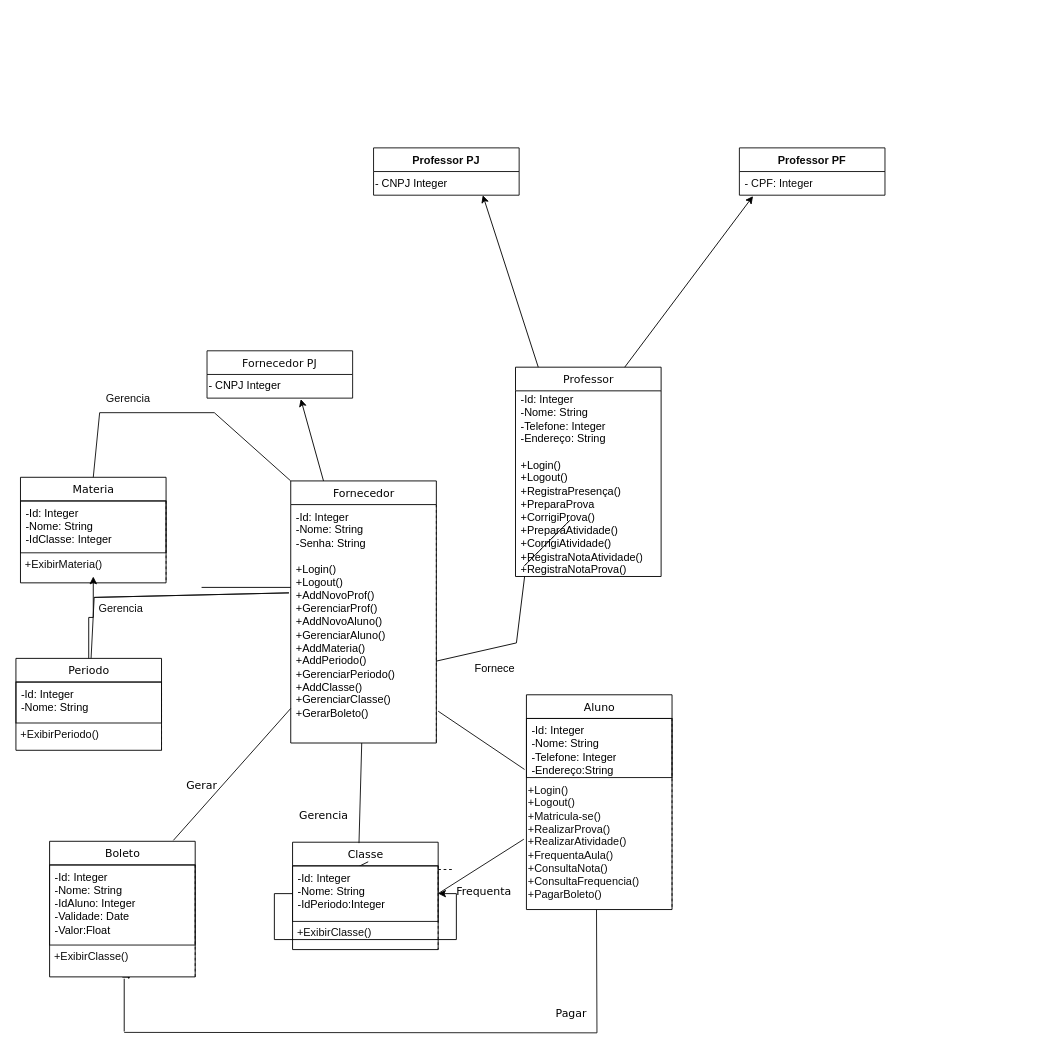
This is Diagrama sem nome.drawio from gaahsz1/sonic-com-mario, a draw.io file, before an edit. Source tidied: cells renumbered, new cells numbered last; positions are measured from the earlier drawing's top-left corner, leaving out a move shared by most shapes. Both pictures are drawn from the tidied source at 91%, with x=0, y=0 at pixel (15, 147).
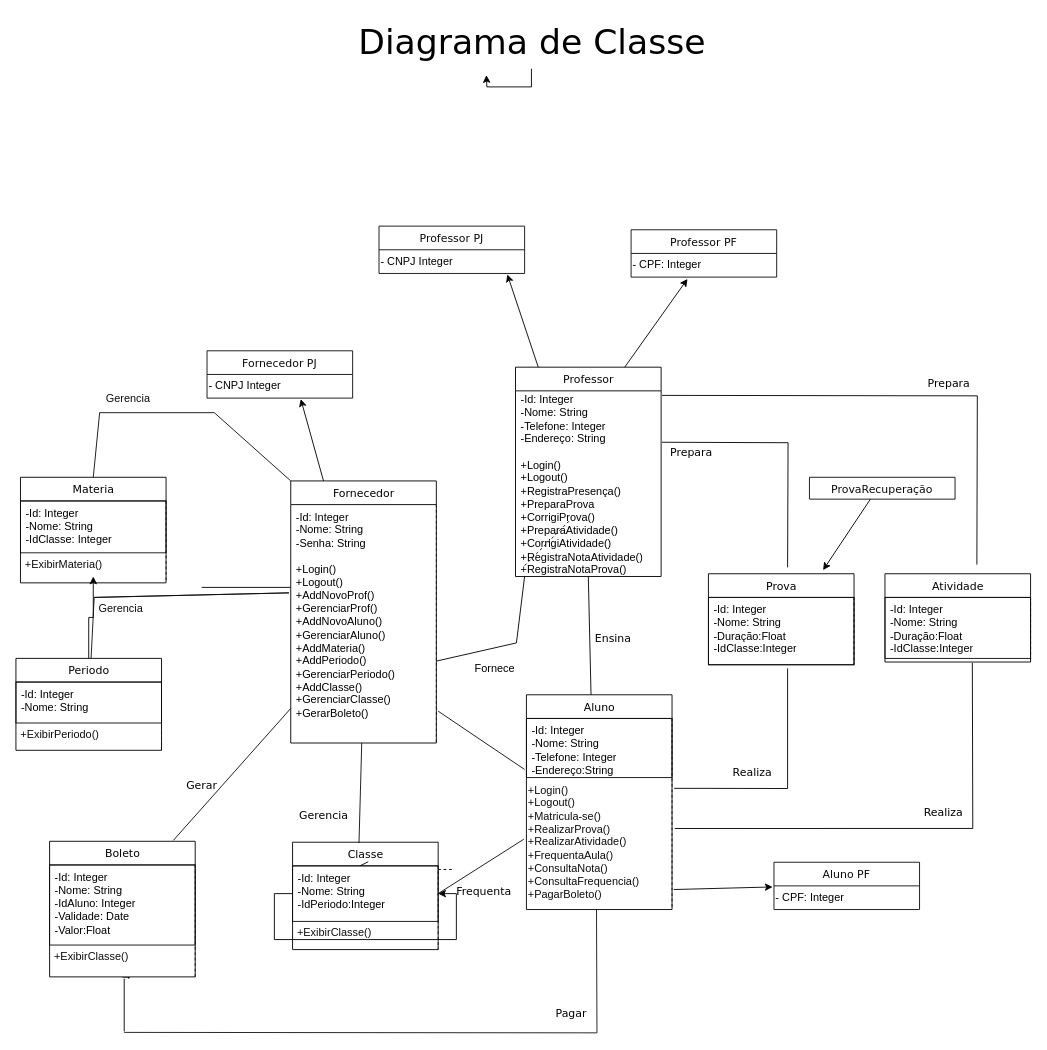
After the change.

Unchanged cells that the change refers to:
```xml
<mxCell id="2" value="Professor" style="swimlane;fontStyle=0;align=center;verticalAlign=top;horizontal=1;startSize=26;swimlaneFillColor=#ffffff;rounded=0;shadow=0;comic=0;labelBackgroundColor=none;strokeWidth=1;fillColor=none;fontFamily=Verdana;fontSize=12;strokeColor=#000000;fontColor=#080808;html=1;spacingTop=0;flipH=1;flipV=0;" parent="1" vertex="1">
  <mxGeometry x="549" y="241" width="160" height="230" as="geometry" />
</mxCell>
<mxCell id="49" value="&lt;font color=&quot;#0d0d0d&quot;&gt;+Login()&lt;br&gt;+Logout()&lt;br&gt;+Matricula-se()&lt;br&gt;+RealizarProva()&lt;br&gt;+RealizarAtividade()&lt;br&gt;+FrequentaAula()&lt;br&gt;+ConsultaNota()&lt;br&gt;+ConsultaFrequencia()&lt;br&gt;+PagarBoleto()&lt;br&gt;&lt;/font&gt;" style="text;html=1;align=left;verticalAlign=middle;points=[];strokeColor=none;fillColor=none;" parent="47" vertex="1">
  <mxGeometry y="91" width="160" height="142" as="geometry" />
</mxCell>
```

Diff of the diagram source:
```diff
@@
-    <mxCell id="10" style="endArrow=none;html=1;rounded=0;fontFamily=Helvetica;fontSize=12;fontColor=default;" parent="1" edge="1">
-      <mxGeometry relative="1" as="geometry">
-        <mxPoint x="559" y="459" as="sourcePoint" />
-        <mxPoint x="609" y="409" as="targetPoint" />
-      </mxGeometry>
-    </mxCell>
-    <mxCell id="11" style="group;" parent="1" vertex="1">
-      <mxGeometry x="795" width="160" height="52" as="geometry" />
-    </mxCell>
-    <mxCell id="12" value="&lt;font color=&quot;#0a0a0a&quot;&gt;- CPF: Integer&lt;/font&gt;" style="text;strokeColor=none;fillColor=none;align=left;verticalAlign=top;spacingLeft=4;spacingRight=4;overflow=hidden;whiteSpace=wrap;html=1;fontSize=12;fontFamily=Helvetica;fontColor=default;" parent="11" vertex="1">
-      <mxGeometry y="26" width="160" height="26" as="geometry" />
-    </mxCell>
-    <mxCell id="13" value="&lt;font color=&quot;#0a0a0a&quot;&gt;Professor PF&lt;/font&gt;" style="swimlane;fontStyle=1;align=center;verticalAlign=top;horizontal=1;startSize=26;whiteSpace=wrap;html=1;fontFamily=Helvetica;fontSize=12;fontColor=default;fillColor=none;gradientColor=none;strokeColor=#0D0D0D;swimlaneLine=1;" parent="1" vertex="1">
-      <mxGeometry x="795" width="160" height="52" as="geometry" />
-    </mxCell>
-    <mxCell id="14" value="&lt;font color=&quot;#0a0a0a&quot;&gt;Professor PJ&lt;/font&gt;" style="swimlane;fontStyle=1;align=center;verticalAlign=top;horizontal=1;startSize=26;whiteSpace=wrap;html=1;fontFamily=Helvetica;fontSize=12;fontColor=default;fillColor=none;gradientColor=none;strokeColor=#0D0D0D;swimlaneLine=1;" parent="1" vertex="1">
-      <mxGeometry x="393" width="160" height="52" as="geometry" />
+    <mxCell id="14" value="&lt;font face=&quot;Verdana&quot; style=&quot;font-weight: normal;&quot; color=&quot;#0a0a0a&quot;&gt;Professor PJ&lt;/font&gt;" style="swimlane;fontStyle=1;align=center;verticalAlign=top;horizontal=1;startSize=26;whiteSpace=wrap;html=1;fontFamily=Helvetica;fontSize=12;fontColor=default;fillColor=none;gradientColor=none;strokeColor=#0D0D0D;swimlaneLine=1;" parent="1" vertex="1">
+      <mxGeometry x="399" y="86" width="160" height="52" as="geometry" />
     </mxCell>
@@
-    <mxCell id="19" style="endArrow=classic;html=1;rounded=0;strokeColor=#000000;entryX=0.75;entryY=1;entryDx=0;entryDy=0;" parent="1" edge="1" target="14">
+    <mxCell id="19" style="endArrow=classic;html=1;rounded=0;strokeColor=#000000;" parent="1" edge="1">
       <mxGeometry relative="1" as="geometry">
         <mxPoint x="574" y="241" as="sourcePoint" />
+        <mxPoint x="540" y="139" as="targetPoint" />
       </mxGeometry>
     </mxCell>
     <mxCell id="20" style="endArrow=classic;html=1;rounded=0;strokeColor=#000000;exitX=0.75;exitY=0;exitDx=0;exitDy=0;" parent="1" edge="1" source="2">
       <mxGeometry relative="1" as="geometry">
-        <mxPoint x="810" y="53" as="targetPoint" />
+        <mxPoint x="738" y="144" as="targetPoint" />
       </mxGeometry>
     </mxCell>
@@
+    <mxCell id="56" value="&lt;font style=&quot;font-weight: normal;&quot; face=&quot;Verdana&quot; color=&quot;#0a0a0a&quot;&gt;Aluno PF&lt;/font&gt;" style="swimlane;fontStyle=1;align=center;verticalAlign=top;horizontal=1;startSize=26;whiteSpace=wrap;html=1;fontFamily=Helvetica;fontSize=12;fontColor=default;fillColor=none;gradientColor=none;strokeColor=#0D0D0D;swimlaneLine=1;" parent="1" vertex="1">
+      <mxGeometry x="833" y="785" width="160" height="52" as="geometry" />
+    </mxCell>
+    <mxCell id="57" value="&lt;font color=&quot;#000000&quot;&gt;- CPF: Integer&lt;/font&gt;" style="text;html=1;align=left;verticalAlign=middle;points=[];strokeColor=none;fillColor=none;" parent="56" vertex="1">
+      <mxGeometry y="26" width="160" height="26" as="geometry" />
+    </mxCell>
+    <mxCell id="58" style="endArrow=classic;html=1;rounded=0;fontFamily=Verdana;fontSize=12;fontColor=#000000;startSize=26;entryX=-0.009;entryY=0.045;entryDx=0;entryDy=0;entryPerimeter=0;strokeColor=#000000;" parent="1" edge="1" target="57">
+      <mxGeometry relative="1" as="geometry">
+        <mxPoint x="723" y="815" as="sourcePoint" />
+      </mxGeometry>
+    </mxCell>
+    <mxCell id="59" style="endArrow=none;html=1;rounded=0;fontFamily=Verdana;fontSize=12;fontColor=#000000;startSize=26;strokeColor=#000000;" parent="1" edge="1">
+      <mxGeometry relative="1" as="geometry">
+        <mxPoint x="632" y="601" as="sourcePoint" />
+        <mxPoint x="629" y="471" as="targetPoint" />
+      </mxGeometry>
+    </mxCell>
+    <mxCell id="60" value="Ensina" style="text;html=1;align=center;verticalAlign=middle;strokeColor=none;fillColor=none;fontSize=12;fontFamily=Verdana;fontColor=#000000;" parent="1" vertex="1">
+      <mxGeometry x="627" y="527" width="58" height="26" as="geometry" />
+    </mxCell>
+    <mxCell id="61" value="&lt;span style=&quot;font-weight: 400;&quot;&gt;Prova&lt;/span&gt;" style="swimlane;fontStyle=1;align=center;verticalAlign=top;horizontal=1;startSize=26;swimlaneFillColor=#ffffff;rounded=0;shadow=0;comic=0;labelBackgroundColor=none;strokeWidth=1;fillColor=none;fontFamily=Verdana;fontSize=12;strokeColor=#000000;swimlaneLine=1;fontColor=#000000;html=1;swimlaneHead=1;separatorColor=#121212;backgroundOutline=0;" parent="1" vertex="1">
+      <mxGeometry x="761" y="468" width="160" height="100" as="geometry" />
+    </mxCell>
+    <mxCell id="62" value="&lt;font color=&quot;#000000&quot;&gt;-Id: Integer&lt;br&gt;-Nome: String&lt;br&gt;-Duração:Float&lt;br&gt;-IdClasse:Integer&lt;br&gt;&lt;/font&gt;" style="text;html=1;strokeColor=#0D0D0D;fillColor=none;align=left;verticalAlign=top;spacingLeft=4;spacingRight=4;whiteSpace=wrap;overflow=hidden;" parent="61" vertex="1">
+      <mxGeometry y="26" width="160" height="74" as="geometry" />
+    </mxCell>
+    <mxCell id="63" value="&lt;span style=&quot;font-weight: 400;&quot;&gt;Atividade&lt;/span&gt;" style="swimlane;fontStyle=1;align=center;verticalAlign=top;horizontal=1;startSize=26;swimlaneFillColor=#ffffff;rounded=0;shadow=0;comic=0;labelBackgroundColor=none;strokeWidth=1;fillColor=none;fontFamily=Verdana;fontSize=12;strokeColor=#000000;swimlaneLine=1;fontColor=#000000;html=1;swimlaneHead=1;separatorColor=#121212;backgroundOutline=0;" parent="1" vertex="1">
+      <mxGeometry x="955" y="468" width="160" height="97" as="geometry" />
+    </mxCell>
+    <mxCell id="64" value="&lt;font color=&quot;#000000&quot;&gt;-Id: Integer&lt;br&gt;-Nome: String&lt;br&gt;-Duração:Float&lt;br&gt;-IdClasse:Integer&lt;br&gt;&lt;/font&gt;" style="text;html=1;strokeColor=#0D0D0D;fillColor=none;align=left;verticalAlign=top;spacingLeft=4;spacingRight=4;whiteSpace=wrap;overflow=hidden;" parent="63" vertex="1">
+      <mxGeometry y="26" width="160" height="67" as="geometry" />
+    </mxCell>
+    <mxCell id="65" value="Prepara" style="text;html=1;align=center;verticalAlign=middle;strokeColor=none;fillColor=none;fontSize=12;fontFamily=Verdana;fontColor=#000000;" parent="1" vertex="1">
+      <mxGeometry x="710" y="322" width="64" height="26" as="geometry" />
+    </mxCell>
+    <mxCell id="66" style="endArrow=none;html=1;rounded=0;fontFamily=Verdana;fontSize=12;fontColor=#000000;startSize=26;exitX=1.014;exitY=0.083;exitDx=0;exitDy=0;exitPerimeter=0;strokeColor=#000000;" parent="1" edge="1" source="49">
+      <mxGeometry relative="1" as="geometry">
+        <mxPoint x="848" y="572" as="targetPoint" />
+        <Array as="points">
+          <mxPoint x="848" y="704" />
+        </Array>
+      </mxGeometry>
+    </mxCell>
+    <mxCell id="67" value="Realiza" style="text;html=1;align=center;verticalAlign=middle;strokeColor=none;fillColor=none;fontSize=12;fontFamily=Verdana;fontColor=#000000;" parent="1" vertex="1">
+      <mxGeometry x="778" y="674" width="61" height="26" as="geometry" />
+    </mxCell>
+    <mxCell id="68" style="endArrow=none;html=1;rounded=0;fontFamily=Verdana;fontSize=12;fontColor=#000000;startSize=26;edgeStyle=orthogonalEdgeStyle;exitX=1.019;exitY=0.394;exitDx=0;exitDy=0;exitPerimeter=0;strokeColor=#000000;" parent="1" edge="1" source="49">
+      <mxGeometry relative="1" as="geometry">
+        <mxPoint x="1051" y="566" as="targetPoint" />
+      </mxGeometry>
+    </mxCell>
+    <mxCell id="69" value="Realiza" style="text;html=1;align=center;verticalAlign=middle;strokeColor=none;fillColor=none;fontSize=12;fontFamily=Verdana;fontColor=#000000;" parent="1" vertex="1">
+      <mxGeometry x="988" y="718" width="61" height="26" as="geometry" />
+    </mxCell>
+    <mxCell id="70" style="endArrow=none;html=1;rounded=0;fontFamily=Verdana;fontSize=12;fontColor=#000000;startSize=26;edgeStyle=orthogonalEdgeStyle;strokeColor=#000000;" parent="1" edge="1">
+      <mxGeometry relative="1" as="geometry">
+        <mxPoint x="710" y="323.5" as="sourcePoint" />
+        <mxPoint x="848" y="461" as="targetPoint" />
+      </mxGeometry>
+    </mxCell>
+    <mxCell id="71" style="endArrow=none;html=1;rounded=0;fontFamily=Verdana;fontSize=12;fontColor=#000000;startSize=26;edgeStyle=orthogonalEdgeStyle;strokeColor=#000000;" parent="1" edge="1">
+      <mxGeometry relative="1" as="geometry">
+        <mxPoint x="710" y="272" as="sourcePoint" />
+        <mxPoint x="1056" y="458" as="targetPoint" />
+      </mxGeometry>
+    </mxCell>
+    <mxCell id="72" value="Prepara" style="text;html=1;align=center;verticalAlign=middle;strokeColor=none;fillColor=none;fontSize=12;fontFamily=Verdana;fontColor=#000000;" parent="1" vertex="1">
+      <mxGeometry x="993" y="246" width="64" height="26" as="geometry" />
+    </mxCell>
+    <mxCell id="73" value="&lt;font style=&quot;font-weight: normal;&quot; face=&quot;Verdana&quot; color=&quot;#0a0a0a&quot;&gt;ProvaRecuperação&lt;/font&gt;" style="swimlane;fontStyle=1;align=center;verticalAlign=top;horizontal=1;startSize=26;whiteSpace=wrap;html=1;fontFamily=Helvetica;fontSize=12;fontColor=default;fillColor=none;gradientColor=none;strokeColor=#0D0D0D;swimlaneLine=1;" parent="1" vertex="1">
+      <mxGeometry x="872" y="362" width="160" height="24" as="geometry" />
+    </mxCell>
+    <mxCell id="74" style="endArrow=classic;html=1;rounded=0;fontFamily=Verdana;fontSize=12;fontColor=#000000;startSize=26;strokeColor=#000000;" parent="1" edge="1">
+      <mxGeometry relative="1" as="geometry">
+        <mxPoint x="939" y="386" as="sourcePoint" />
+        <mxPoint x="887" y="464" as="targetPoint" />
+      </mxGeometry>
+    </mxCell>
+    <mxCell id="13" value="&lt;font style=&quot;font-weight: normal;&quot; face=&quot;Verdana&quot; color=&quot;#0a0a0a&quot;&gt;Professor PF&lt;/font&gt;" style="swimlane;fontStyle=1;align=center;verticalAlign=top;horizontal=1;startSize=26;whiteSpace=wrap;html=1;fontFamily=Helvetica;fontSize=12;fontColor=default;fillColor=none;gradientColor=none;strokeColor=#0D0D0D;swimlaneLine=1;" parent="1" vertex="1">
+      <mxGeometry x="676" y="90" width="160" height="52" as="geometry" />
+    </mxCell>
+    <mxCell id="75" value="&lt;font color=&quot;#000000&quot;&gt;- CPF: Integer&lt;/font&gt;" style="text;html=1;align=left;verticalAlign=middle;strokeColor=none;fillColor=none;" parent="13" vertex="1">
+      <mxGeometry y="26" width="160" height="26" as="geometry" />
+    </mxCell>
+    <mxCell id="76" style="edgeStyle=orthogonalEdgeStyle;rounded=0;jettySize=auto;html=1;fontFamily=Verdana;fontSize=12;fontColor=#000000;startSize=26;" parent="1" edge="1" source="77">
+      <mxGeometry relative="1" as="geometry">
+        <mxPoint x="517" y="-80" as="targetPoint" />
+      </mxGeometry>
+    </mxCell>
+    <mxCell id="77" value="&lt;font style=&quot;font-size: 38px;&quot;&gt;Diagrama de Classe&lt;/font&gt;" style="text;html=1;align=center;verticalAlign=middle;points=[];strokeColor=none;fillColor=none;fontSize=12;fontFamily=Verdana;fontColor=#000000;" parent="1" vertex="1">
+      <mxGeometry x="368" y="-145" width="397" height="58" as="geometry" />
+    </mxCell>
```
